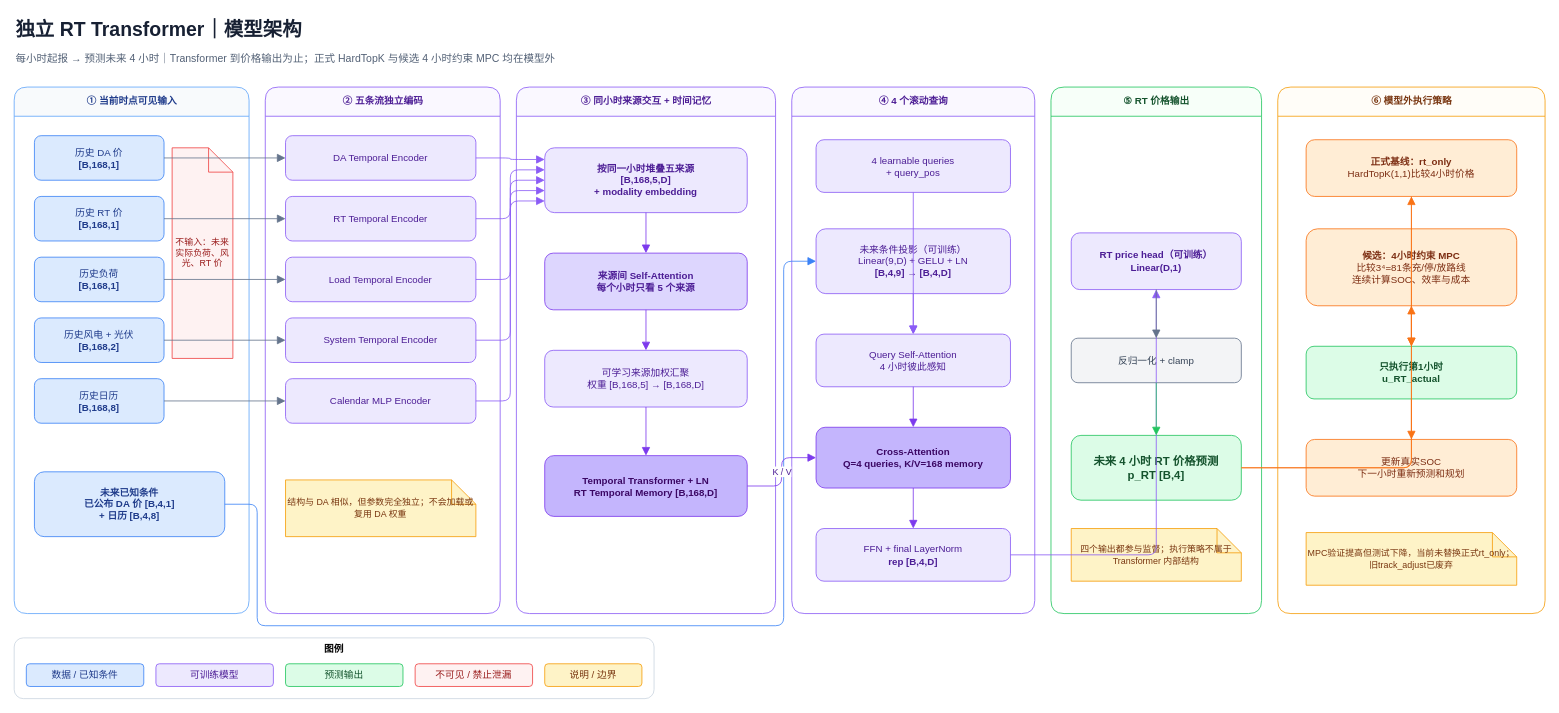
Before: docs/rt_model_architecture.drawio in lwowlwowl/electricity-price-forecasting, a draw.io diagram. Source tidied: cells renumbered, new cells numbered last; positions are measured from the earlier drawing's top-left corner, leaving out a move shared by most shapes. Both pictures are drawn from the tidied source at 81%, with x=0, y=0 at pixel (14, 14).
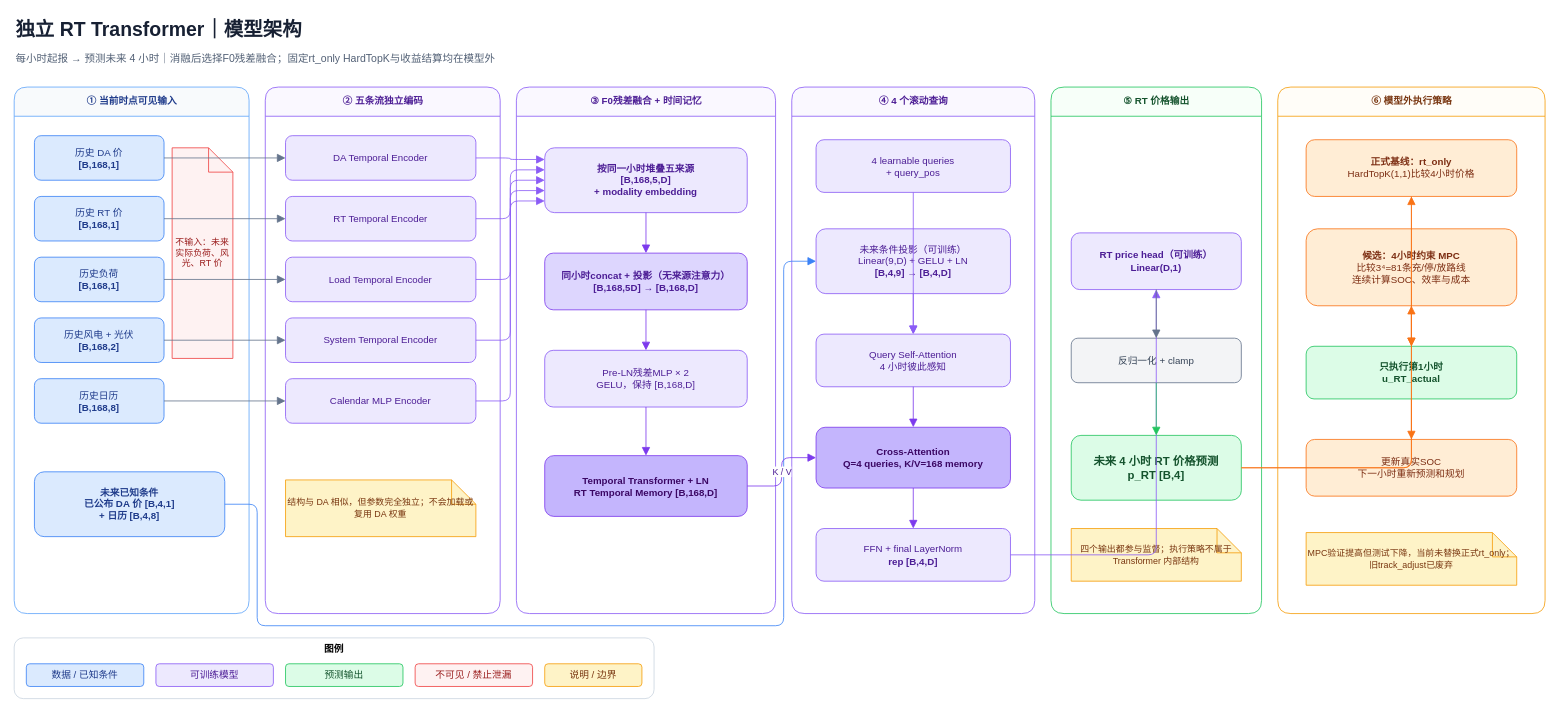
Above is the later version.

Change to the diagram source:
```diff
@@
-    <mxCell id="3" value="每小时起报 → 预测未来 4 小时｜Transformer 到价格输出为止；正式 HardTopK 与候选 4 小时约束 MPC 均在模型外" style="text;html=1;strokeColor=none;fillColor=none;align=left;verticalAlign=middle;fontSize=13;fontColor=#526075;" parent="1" vertex="1">
+    <mxCell id="3" value="每小时起报 → 预测未来 4 小时｜消融后选择F0残差融合；固定rt_only HardTopK与收益结算均在模型外" style="text;html=1;strokeColor=none;fillColor=none;align=left;verticalAlign=middle;fontSize=13;fontColor=#526075;" parent="1" vertex="1">
       <mxGeometry y="40" width="1550" height="30" as="geometry" />
     </mxCell>
@@
-    <mxCell id="6" value="③ 同小时来源交互 + 时间记忆" style="swimlane;html=1;rounded=1;startSize=36;horizontal=1;fillColor=#FAF8FF;strokeColor=#8B5CF6;fontColor=#4C1D95;fontStyle=1;" parent="1" vertex="1">
+    <mxCell id="6" value="③ F0残差融合 + 时间记忆" style="swimlane;html=1;rounded=1;startSize=36;horizontal=1;fillColor=#FAF8FF;strokeColor=#8B5CF6;fontColor=#4C1D95;fontStyle=1;" parent="1" vertex="1">
       <mxGeometry x="620" y="90" width="320" height="650" as="geometry" />
     </mxCell>
@@
-    <mxCell id="24" value="来源间 Self-Attention&#10;每个小时只看 5 个来源" style="rounded=1;whiteSpace=wrap;html=1;fillColor=#DDD6FE;strokeColor=#7C3AED;fontColor=#4C1D95;fontStyle=1;" parent="6" vertex="1">
+    <mxCell id="24" value="同小时concat + 投影（无来源注意力）&#10;[B,168,5D] → [B,168,D]" style="rounded=1;whiteSpace=wrap;html=1;fillColor=#DDD6FE;strokeColor=#7C3AED;fontColor=#4C1D95;fontStyle=1;" parent="6" vertex="1">
       <mxGeometry x="35" y="205" width="250" height="70" as="geometry" />
     </mxCell>
-    <mxCell id="25" value="可学习来源加权汇聚&#10;权重 [B,168,5] → [B,168,D]" style="rounded=1;whiteSpace=wrap;html=1;fillColor=#EDE9FE;strokeColor=#8B5CF6;fontColor=#4C1D95;" parent="6" vertex="1">
+    <mxCell id="25" value="Pre-LN残差MLP × 2&#10;GELU，保持 [B,168,D]" style="rounded=1;whiteSpace=wrap;html=1;fillColor=#EDE9FE;strokeColor=#8B5CF6;fontColor=#4C1D95;" parent="6" vertex="1">
       <mxGeometry x="35" y="325" width="250" height="70" as="geometry" />
     </mxCell>
```
